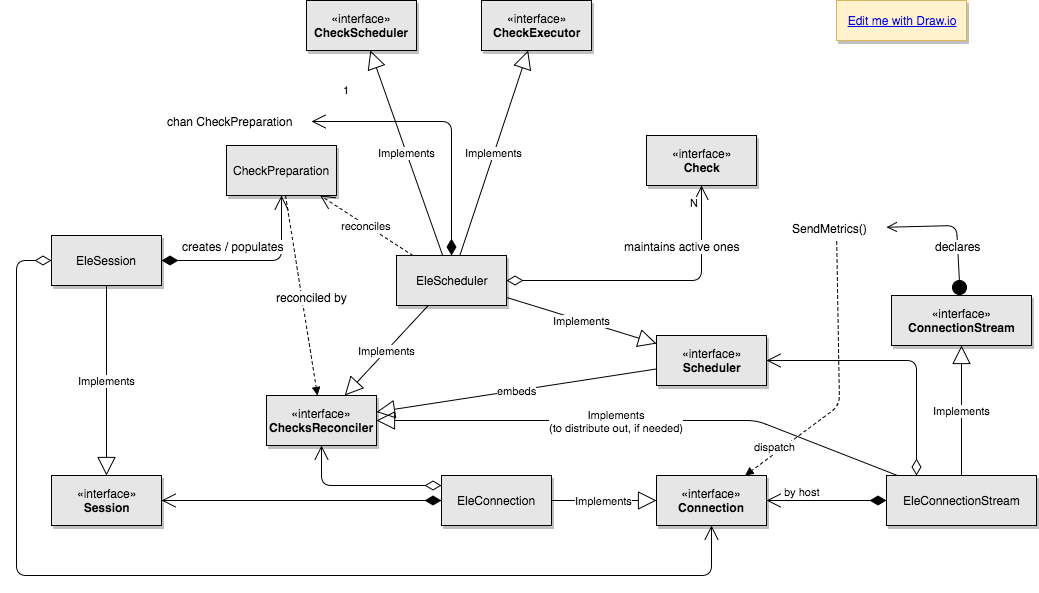
The draw.io diagram docs/Poller session-scheduler-check reconciliation.png in racker/rackspace-monitoring-poller, before a commit. Source tidied: cells renumbered, new cells last; positions are measured from the earlier drawing's top-left corner, leaving out a move shared by most shapes.
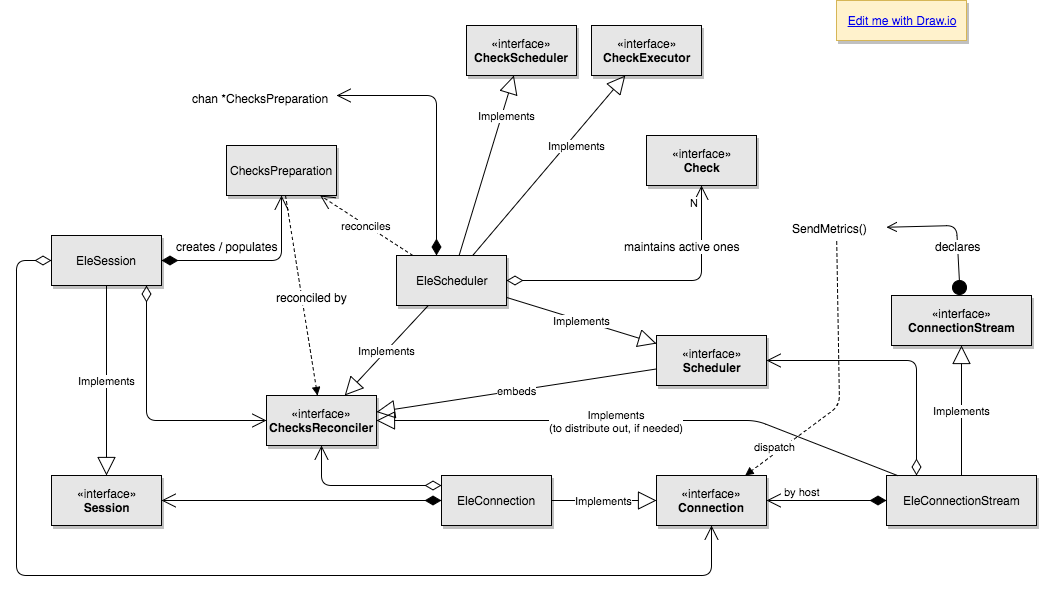
The same diagram one commit later.

Commit message:
Prep session for poller prepare hooks and active ChecksPreparation

Diff of the diagram source:
```diff
@@ -15,27 +15,31 @@
       <mxGeometry x="640" y="335" width="110" height="50" as="geometry" />
     </mxCell>
     <mxCell id="6" value="«interface»&lt;br&gt;&lt;b&gt;CheckScheduler&lt;/b&gt;" style="html=1;shadow=1;fillColor=#E6E6E6;" parent="1" vertex="1">
-      <mxGeometry x="290" width="110" height="50" as="geometry" />
+      <mxGeometry x="450" y="25" width="110" height="50" as="geometry" />
     </mxCell>
     <mxCell id="7" value="«interface»&lt;br&gt;&lt;b&gt;CheckExecutor&lt;/b&gt;" style="html=1;shadow=1;fillColor=#E6E6E6;" parent="1" vertex="1">
-      <mxGeometry x="465" width="110" height="50" as="geometry" />
+      <mxGeometry x="575" y="25" width="110" height="50" as="geometry" />
     </mxCell>
     <mxCell id="8" value="Implements" style="endArrow=block;endSize=16;endFill=0;html=1;" parent="1" edge="1" source="2" target="3">
       <mxGeometry relative="1" as="geometry" />
     </mxCell>
     <mxCell id="9" value="Implements" style="endArrow=block;endSize=16;endFill=0;html=1;" parent="1" edge="1" source="4" target="7">
-      <mxGeometry x="175" y="110" as="geometry" />
+      <mxGeometry as="geometry">
+        <mxPoint x="28" y="-20" as="offset" />
+      </mxGeometry>
     </mxCell>
     <mxCell id="10" value="Implements" style="endArrow=block;endSize=16;endFill=0;html=1;" parent="1" edge="1" source="4" target="5">
       <mxGeometry x="185" y="120" as="geometry" />
     </mxCell>
     <mxCell id="11" value="Implements" style="endArrow=block;endSize=16;endFill=0;html=1;" parent="1" edge="1" source="4" target="6">
-      <mxGeometry x="195" y="130" as="geometry" />
+      <mxGeometry as="geometry">
+        <mxPoint x="20" y="-50" as="offset" />
+      </mxGeometry>
     </mxCell>
     <mxCell id="12" value="«interface»&lt;br&gt;&lt;b&gt;Check&lt;/b&gt;" style="html=1;shadow=1;fillColor=#E6E6E6;" parent="1" vertex="1">
       <mxGeometry x="630" y="135" width="110" height="50" as="geometry" />
     </mxCell>
-    <mxCell id="13" value="CheckPreparation" style="html=1;shadow=1;fillColor=#E6E6E6;" parent="1" vertex="1">
+    <mxCell id="13" value="Checks&lt;span&gt;Preparation&lt;/span&gt;" style="html=1;shadow=1;fillColor=#E6E6E6;" parent="1" vertex="1">
       <mxGeometry x="210" y="145" width="110" height="50" as="geometry" />
     </mxCell>
     <mxCell id="14" style="endArrow=open;html=1;endSize=12;startArrow=diamondThin;startSize=14;startFill=1;edgeStyle=orthogonalEdgeStyle;align=left;verticalAlign=bottom;" parent="1" edge="1" source="2" target="13">
@@ -43,7 +47,7 @@
     </mxCell>
     <mxCell id="15" value="creates / populates" style="text;html=1;align=center;verticalAlign=middle;labelBackgroundColor=#ffffff;" parent="14" vertex="1">
       <mxGeometry x="0.07" y="-1" relative="1" as="geometry">
-        <mxPoint x="-28" y="-16" as="offset" />
+        <mxPoint x="-34" y="-16" as="offset" />
       </mxGeometry>
     </mxCell>
     <mxCell id="16" value="N" style="endArrow=open;html=1;endSize=12;startArrow=diamondThin;startSize=14;startFill=0;edgeStyle=orthogonalEdgeStyle;align=left;verticalAlign=bottom;" parent="1" edge="1" source="4" target="12">
@@ -54,11 +58,15 @@
         <mxPoint x="31" y="-32" as="offset" />
       </mxGeometry>
     </mxCell>
-    <mxCell id="18" value="chan CheckPreparation" style="text;html=1;strokeColor=none;fillColor=none;align=left;verticalAlign=top;spacingLeft=4;spacingRight=4;whiteSpace=wrap;overflow=hidden;points=[[0,0.5],[1,0.5]];portConstraint=eastwest;shadow=1;" parent="1" vertex="1">
-      <mxGeometry x="145" y="108" width="150" height="26" as="geometry" />
+    <mxCell id="18" value="chan *ChecksPreparation" style="text;html=1;strokeColor=none;fillColor=none;align=left;verticalAlign=top;spacingLeft=4;spacingRight=4;whiteSpace=wrap;overflow=hidden;points=[[0,0.5],[1,0.5]];portConstraint=eastwest;shadow=1;" parent="1" vertex="1">
+      <mxGeometry x="170" y="85" width="150" height="26" as="geometry" />
     </mxCell>
-    <mxCell id="19" value="1" style="endArrow=open;html=1;endSize=12;startArrow=diamondThin;startSize=14;startFill=1;edgeStyle=orthogonalEdgeStyle;align=left;verticalAlign=bottom;" parent="1" edge="1" source="4" target="18">
-      <mxGeometry x="0.78" y="-23" relative="1" as="geometry" />
+    <mxCell id="19" style="endArrow=open;html=1;endSize=12;startArrow=diamondThin;startSize=14;startFill=1;edgeStyle=orthogonalEdgeStyle;align=left;verticalAlign=bottom;" parent="1" edge="1" source="4" target="18">
+      <mxGeometry x="0.78" y="-23" relative="1" as="geometry">
+        <Array as="points">
+          <mxPoint x="420" y="95" />
+        </Array>
+      </mxGeometry>
     </mxCell>
     <mxCell id="20" value="Edit me with Draw.io" style="text;html=1;whiteSpace=wrap;align=center;verticalAlign=middle;fontColor=#0000EE;fontStyle=4;shadow=1;fillColor=#fff2cc;strokeColor=#d6b656;" parent="1" vertex="1">
       <mxGeometry x="820" width="130" height="40" as="geometry" />
@@ -166,5 +174,12 @@
     <mxCell id="42" value="embeds" style="endArrow=block;endSize=16;endFill=0;html=1;" parent="1" edge="1" source="5" target="39">
       <mxGeometry x="195" y="130" as="geometry" />
     </mxCell>
+    <mxCell id="43" style="endArrow=open;html=1;endSize=12;startArrow=diamondThin;startSize=14;startFill=0;edgeStyle=orthogonalEdgeStyle;align=left;verticalAlign=bottom;" parent="1" edge="1" source="2" target="39">
+      <mxGeometry x="60" y="315" as="geometry">
+        <Array as="points">
+          <mxPoint x="130" y="420" />
+        </Array>
+      </mxGeometry>
+    </mxCell>
   </root>
 </mxGraphModel>
```
